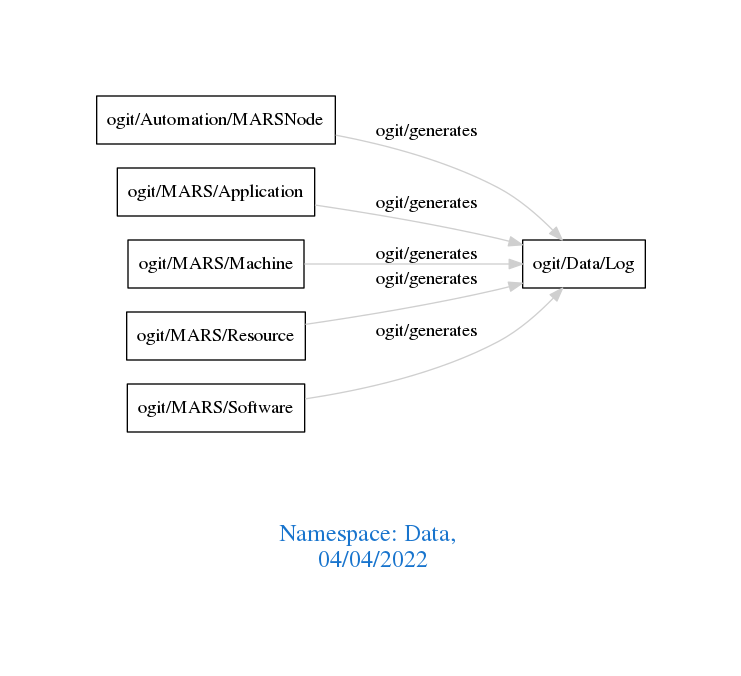
This is downloads/Data.png from arago/OGIT, a Graphviz export, as it was before one commit. Its source is kept beside it as downloads/Data.dot.
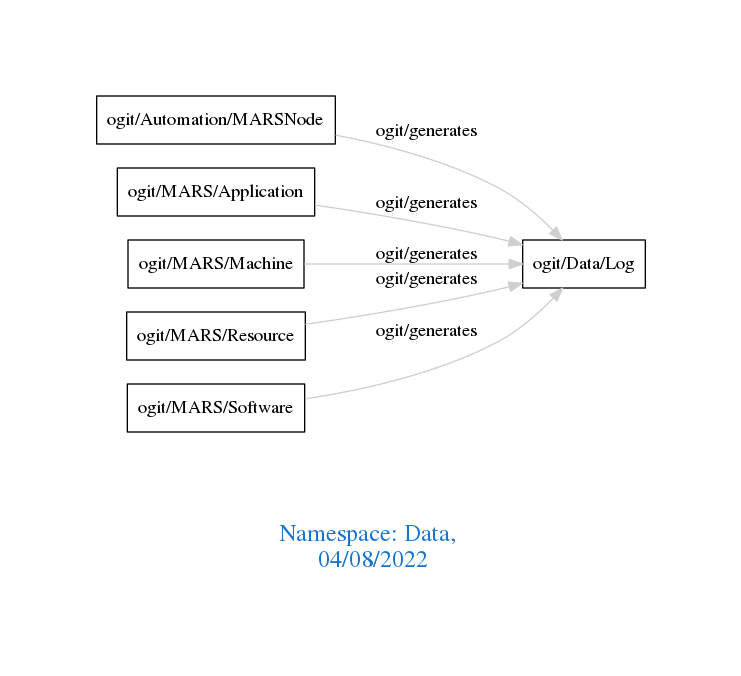
After the commit.

Diff of the diagram source:
```diff
@@ -1,7 +1,7 @@
 digraph OGIT_ontology {
  graph [ rankdir= LR,pad=1
 fontsize = 18,
-fontcolor= dodgerblue3,label = "\n\n\nNamespace: Data, \n 04/04/2022"];
+fontcolor= dodgerblue3,label = "\n\n\nNamespace: Data, \n 04/08/2022"];
 node[shape=polygon];
 edge [  color="gray81"];
 
```
